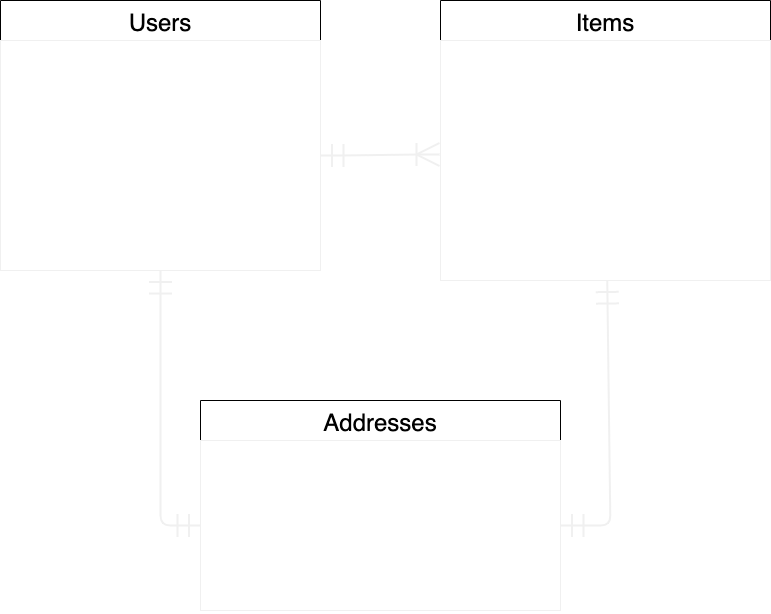
This is er.drawio.png from TMY-GH/furima-36095, a draw.io export, as it was before one commit. Source tidied: cells renumbered, new cells last; positions are measured from the earlier drawing's top-left corner, leaving out a move shared by most shapes. Source of this version:
```xml
<mxGraphModel>
  <root>
    <mxCell id="0" />
    <mxCell id="1" parent="0" />
    <mxCell id="2" value="Users" style="swimlane;fontStyle=0;horizontal=1;startSize=40;align=center;fontSize=24;" parent="1" vertex="1">
      <mxGeometry width="320" height="270" as="geometry" />
    </mxCell>
    <mxCell id="3" value="- email&#10;- encrypted_password&#10;- nickname&#10;&#10;- last_name&#10;- first_name&#10;- last_name_kana&#10;- first_name_kana&#10;- birth_date" style="text;fillColor=none;spacingLeft=4;spacingRight=4;overflow=hidden;points=[[0,0.5],[1,0.5]];portConstraint=eastwest;fontSize=20;spacingTop=1;spacing=0;fontColor=#FFFFFF;strokeColor=#f0f0f0;" parent="2" vertex="1">
      <mxGeometry y="40" width="320" height="230" as="geometry" />
    </mxCell>
    <mxCell id="4" value="Items" style="swimlane;fontStyle=0;horizontal=1;startSize=40;align=center;fontSize=24;" parent="1" vertex="1">
      <mxGeometry x="440" width="330" height="280" as="geometry" />
    </mxCell>
    <mxCell id="5" value="- image&#10;- name&#10;- info&#10;- category_id&#10;- status_id&#10;- shipping_fee_id&#10;- prefecture_id&#10;- delivery_days_id&#10;- price" style="text;fillColor=none;spacingLeft=4;spacingRight=4;overflow=hidden;points=[[0,0.5],[1,0.5]];portConstraint=eastwest;fontSize=20;fontColor=#FFFFFF;strokeColor=#f0f0f0;" parent="4" vertex="1">
      <mxGeometry y="40" width="330" height="240" as="geometry" />
    </mxCell>
    <mxCell id="6" value="Addresses" style="swimlane;fontStyle=0;horizontal=1;startSize=40;align=center;fontSize=24;" parent="1" vertex="1">
      <mxGeometry x="200" y="400" width="360" height="210" as="geometry" />
    </mxCell>
    <mxCell id="7" value="- post_number&#10;- prefecture_id&#10;- city&#10;- addresses&#10;- building&#10;- phone_number" style="text;fillColor=none;spacingLeft=4;spacingRight=4;overflow=hidden;points=[[0,0.5],[1,0.5]];portConstraint=eastwest;fontSize=20;fontColor=#FFFFFF;strokeColor=#f0f0f0;" parent="6" vertex="1">
      <mxGeometry y="40" width="360" height="170" as="geometry" />
    </mxCell>
    <mxCell id="8" style="fontSize=12;html=1;endArrow=ERmandOne;startArrow=ERmandOne;startSize=20;endSize=20;sourcePerimeterSpacing=0;targetPerimeterSpacing=0;strokeColor=#f0f0f0;strokeWidth=2;exitX=1;exitY=0.5;exitDx=0;exitDy=0;" parent="1" edge="1" source="7" target="5">
      <mxGeometry relative="1" as="geometry">
        <Array as="points">
          <mxPoint x="610" y="525" />
        </Array>
      </mxGeometry>
    </mxCell>
    <mxCell id="9" style="edgeStyle=entityRelationEdgeStyle;fontSize=12;html=1;endArrow=ERoneToMany;startArrow=ERmandOne;startSize=20;endSize=20;sourcePerimeterSpacing=0;targetPerimeterSpacing=0;strokeColor=#f0f0f0;strokeWidth=2;exitX=1;exitY=0.5;exitDx=0;exitDy=0;entryX=-0.003;entryY=0.475;entryDx=0;entryDy=0;entryPerimeter=0;" parent="1" edge="1" source="3" target="5">
      <mxGeometry relative="1" as="geometry" />
    </mxCell>
    <mxCell id="10" style="fontSize=12;html=1;endArrow=ERmandOne;startArrow=ERmandOne;startSize=20;endSize=20;sourcePerimeterSpacing=0;targetPerimeterSpacing=0;strokeColor=#f0f0f0;strokeWidth=2;exitX=0;exitY=0.5;exitDx=0;exitDy=0;" parent="1" edge="1" source="7" target="3">
      <mxGeometry relative="1" as="geometry">
        <Array as="points">
          <mxPoint x="160" y="525" />
        </Array>
      </mxGeometry>
    </mxCell>
  </root>
</mxGraphModel>
```
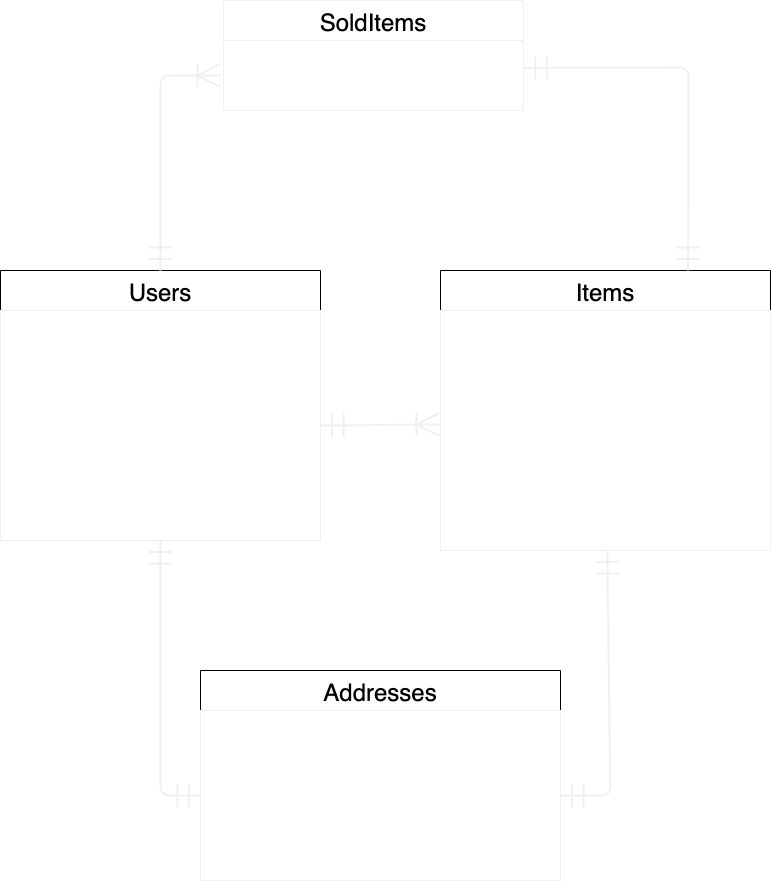
Later version of the same file.

Commit message:
指摘箇所の修正

Diff of the diagram source:
```diff
@@ -37,5 +37,26 @@
         </Array>
       </mxGeometry>
     </mxCell>
+    <mxCell id="11" value="SoldItems" style="swimlane;fontStyle=0;horizontal=1;startSize=40;align=center;fontSize=24;strokeColor=#f0f0f0;fontColor=#000000;" parent="1" vertex="1">
+      <mxGeometry x="223" y="-270" width="300" height="110" as="geometry" />
+    </mxCell>
+    <mxCell id="12" value="&lt;font style=&quot;font-size: 20px&quot;&gt;&amp;nbsp;- user&lt;br&gt;&amp;nbsp;- item&lt;/font&gt;" style="text;html=1;align=left;verticalAlign=middle;points=[];strokeColor=none;fontSize=24;fontColor=#FFFFFF;" parent="11" vertex="1">
+      <mxGeometry y="40" width="300" height="70" as="geometry" />
+    </mxCell>
+    <mxCell id="13" style="fontSize=12;html=1;endArrow=ERoneToMany;startArrow=ERmandOne;fontColor=#FFFFFF;startSize=20;endSize=20;sourcePerimeterSpacing=0;targetPerimeterSpacing=0;strokeColor=#f0f0f0;strokeWidth=2;exitX=0.5;exitY=0;exitDx=0;exitDy=0;" parent="1" edge="1" source="2">
+      <mxGeometry relative="1" as="geometry">
+        <mxPoint x="220" y="-195" as="targetPoint" />
+        <Array as="points">
+          <mxPoint x="160" y="-195" />
+        </Array>
+      </mxGeometry>
+    </mxCell>
+    <mxCell id="14" style="fontSize=12;html=1;endArrow=ERmandOne;startArrow=ERmandOne;fontColor=#FFFFFF;startSize=20;endSize=20;sourcePerimeterSpacing=0;targetPerimeterSpacing=0;strokeColor=#f0f0f0;strokeWidth=2;exitX=0.75;exitY=0;exitDx=0;exitDy=0;entryX=1.001;entryY=0.39;entryDx=0;entryDy=0;entryPerimeter=0;" parent="1" edge="1" source="4" target="12">
+      <mxGeometry relative="1" as="geometry">
+        <Array as="points">
+          <mxPoint x="688" y="-203" />
+        </Array>
+      </mxGeometry>
+    </mxCell>
   </root>
 </mxGraphModel>
```
